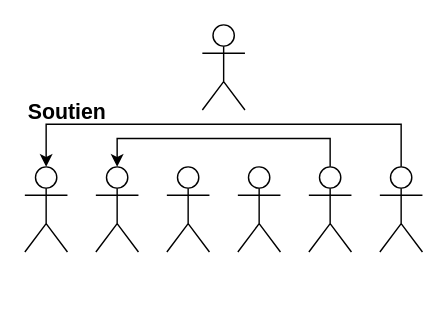
The draw.io diagram enseignement_soutien.drawio in yoann-marquer/Diagrams, before the edit. Source tidied: cells renumbered, new cells numbered last; positions are measured from the earlier drawing's top-left corner, leaving out a move shared by most shapes. Both pictures are drawn from the tidied source at 142%, with x=0, y=0 at pixel (24, 24).
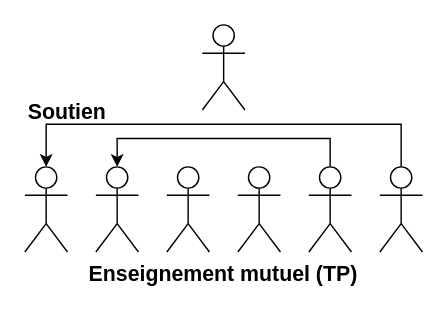
The same page after the edit.

The edit, as a diff of the source:
```diff
@@
 <mxGraphModel>
   <root>
     <mxCell id="0" />
     <mxCell id="1" parent="0" />
     <mxCell id="2" style="shape=umlActor;verticalLabelPosition=bottom;verticalAlign=top;html=1;outlineConnect=0;" parent="1" vertex="1">
       <mxGeometry y="100" width="30" height="60" as="geometry" />
     </mxCell>
     <mxCell id="3" style="shape=umlActor;verticalLabelPosition=bottom;verticalAlign=top;html=1;outlineConnect=0;" parent="1" vertex="1">
       <mxGeometry x="50" y="100" width="30" height="60" as="geometry" />
     </mxCell>
     <mxCell id="4" style="shape=umlActor;verticalLabelPosition=bottom;verticalAlign=top;html=1;outlineConnect=0;" parent="1" vertex="1">
       <mxGeometry x="100" y="100" width="30" height="60" as="geometry" />
     </mxCell>
     <mxCell id="5" style="endArrow=classic;html=1;rounded=0;" parent="1" edge="1" target="4">
       <mxGeometry relative="1" as="geometry">
         <mxPoint x="100" y="100" as="sourcePoint" />
       </mxGeometry>
     </mxCell>
     <mxCell id="6" style="shape=umlActor;verticalLabelPosition=bottom;verticalAlign=top;html=1;" parent="1" vertex="1">
       <mxGeometry x="150" y="100" width="30" height="60" as="geometry" />
     </mxCell>
     <mxCell id="7" style="shape=umlActor;verticalLabelPosition=bottom;verticalAlign=top;html=1;outlineConnect=0;" parent="1" vertex="1">
       <mxGeometry x="200" y="100" width="30" height="60" as="geometry" />
     </mxCell>
     <mxCell id="8" style="shape=umlActor;verticalLabelPosition=bottom;verticalAlign=top;html=1;outlineConnect=0;" parent="1" vertex="1">
       <mxGeometry x="250" y="100" width="30" height="60" as="geometry" />
     </mxCell>
     <mxCell id="9" style="endArrow=classic;html=1;rounded=0;" parent="1" edge="1" target="8">
       <mxGeometry relative="1" as="geometry">
         <mxPoint x="250" y="100" as="sourcePoint" />
       </mxGeometry>
     </mxCell>
     <mxCell id="10" style="shape=umlActor;verticalLabelPosition=bottom;verticalAlign=top;html=1;" parent="1" vertex="1">
       <mxGeometry x="125" width="30" height="60" as="geometry" />
     </mxCell>
     <mxCell id="11" style="endArrow=classic;html=1;rounded=0;" parent="1" edge="1" source="8" target="2">
       <mxGeometry relative="1" as="geometry">
         <Array as="points">
           <mxPoint x="265" y="70" />
           <mxPoint x="15" y="70" />
         </Array>
       </mxGeometry>
     </mxCell>
     <mxCell id="12" value="&lt;font style=&quot;font-size: 15px;&quot;&gt;&lt;b&gt;Soutien&lt;/b&gt;&lt;/font&gt;" style="text;html=1;whiteSpace=wrap;strokeColor=none;fillColor=none;align=center;verticalAlign=middle;rounded=0;" parent="1" vertex="1">
       <mxGeometry y="46" width="60" height="30" as="geometry" />
     </mxCell>
     <mxCell id="13" style="endArrow=classic;html=1;rounded=0;" parent="1" edge="1" source="7" target="3">
       <mxGeometry relative="1" as="geometry">
         <Array as="points">
           <mxPoint x="215" y="80" />
           <mxPoint x="65" y="80" />
         </Array>
       </mxGeometry>
     </mxCell>
+    <mxCell id="14" value="&lt;font style=&quot;font-size: 15px;&quot;&gt;&lt;b&gt;Enseignement mutuel (TP)&lt;/b&gt;&lt;/font&gt;" style="text;html=1;whiteSpace=wrap;strokeColor=none;fillColor=none;align=center;verticalAlign=middle;rounded=0;" parent="1" vertex="1">
+      <mxGeometry x="35" y="160" width="210" height="30" as="geometry" />
+    </mxCell>
   </root>
 </mxGraphModel>
```
